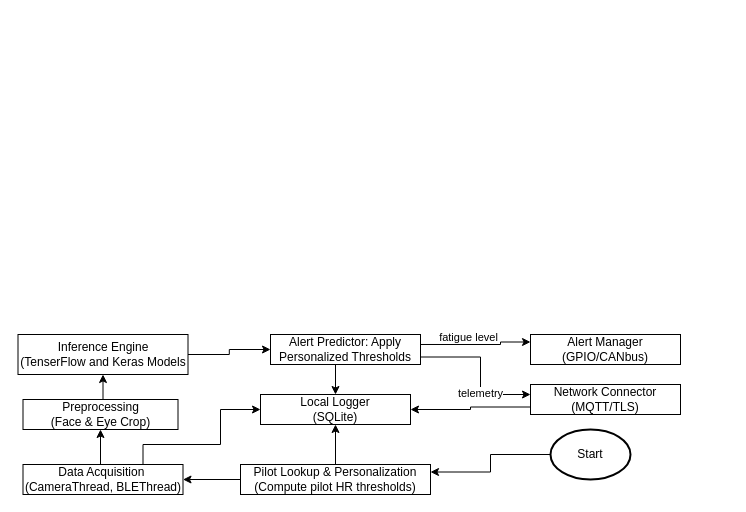
Above: docs/edge_software_design.drawio in jeremiafourie/cogniflight-edge (draw.io), before the change. Source tidied: cells renumbered, new cells numbered last; positions are measured from the earlier drawing's top-left corner, leaving out a move shared by most shapes. Both pictures are drawn from the tidied source at 100%, with x=0, y=0 at pixel (18, 334).
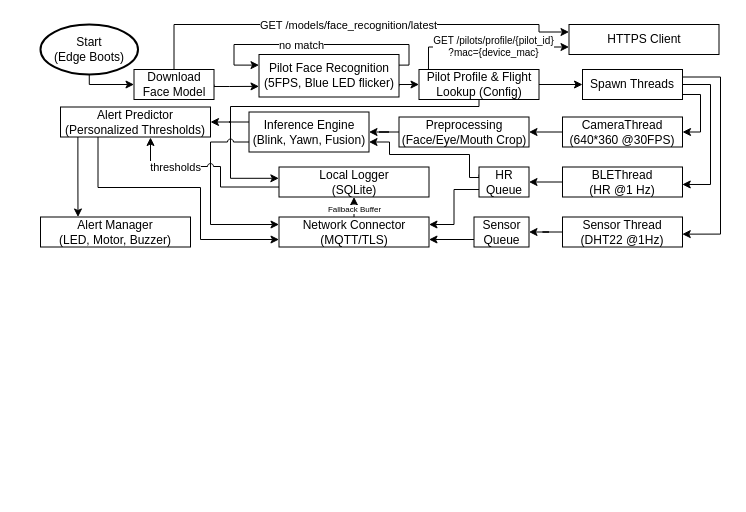
The same diagram, later.

What changed in the source:
```diff
@@
-    <mxCell id="2" style="edgeStyle=orthogonalEdgeStyle;rounded=0;jettySize=auto;html=1;exitX=0.5;exitY=0;exitDx=0;exitDy=0;entryX=0.5;entryY=1;entryDx=0;entryDy=0;" parent="1" edge="1" source="3" target="13">
-      <mxGeometry relative="1" as="geometry" />
-    </mxCell>
-    <mxCell id="3" value="Data Acquisition&amp;nbsp;&lt;div&gt;(CameraThread, BLEThread)&lt;/div&gt;" style="rounded=0;whiteSpace=wrap;html=1;" parent="1" vertex="1">
-      <mxGeometry x="4.5" y="130" width="160" height="30" as="geometry" />
-    </mxCell>
-    <mxCell id="4" style="edgeStyle=orthogonalEdgeStyle;rounded=0;jettySize=auto;html=1;entryX=0;entryY=0.25;entryDx=0;entryDy=0;exitX=1;exitY=0.333;exitDx=0;exitDy=0;exitPerimeter=0;" parent="1" edge="1" source="15" target="10">
-      <mxGeometry relative="1" as="geometry">
-        <Array as="points">
-          <mxPoint x="482" y="10" />
-          <mxPoint x="482" y="8" />
-        </Array>
-      </mxGeometry>
-    </mxCell>
-    <mxCell id="5" value="fatigue level" style="edgeLabel;html=1;align=center;verticalAlign=middle;" parent="4" vertex="1">
-      <mxGeometry x="0.52" y="-1" relative="1" as="geometry">
-        <mxPoint x="-36" y="-6" as="offset" />
-      </mxGeometry>
-    </mxCell>
-    <mxCell id="6" style="edgeStyle=orthogonalEdgeStyle;rounded=0;jettySize=auto;html=1;exitX=1;exitY=0.5;exitDx=0;exitDy=0;entryX=0;entryY=0.5;entryDx=0;entryDy=0;" parent="1" edge="1" source="7" target="15">
-      <mxGeometry relative="1" as="geometry" />
-    </mxCell>
-    <mxCell id="7" value="Inference Engine&lt;div&gt;(TenserFlow and Keras Models&lt;/div&gt;" style="rounded=0;whiteSpace=wrap;html=1;" parent="1" vertex="1">
-      <mxGeometry x="-0.5" width="170" height="40" as="geometry" />
-    </mxCell>
+    <mxCell id="24" style="edgeStyle=orthogonalEdgeStyle;rounded=0;jettySize=auto;html=1;exitX=0.5;exitY=1;exitDx=0;exitDy=0;exitPerimeter=0;entryX=0;entryY=0.5;entryDx=0;entryDy=0;" parent="1" edge="1" source="25" target="29">
+      <mxGeometry relative="1" as="geometry">
+        <Array as="points">
+          <mxPoint x="71" y="-250" />
+        </Array>
+      </mxGeometry>
+    </mxCell>
+    <mxCell id="25" value="Start&lt;div&gt;(Edge Boots)&lt;/div&gt;" style="strokeWidth=2;html=1;shape=mxgraph.flowchart.start_1;whiteSpace=wrap;" parent="1" vertex="1">
+      <mxGeometry x="22" y="-310" width="97.5" height="50" as="geometry" />
+    </mxCell>
+    <mxCell id="26" style="edgeStyle=orthogonalEdgeStyle;rounded=0;jettySize=auto;html=1;exitX=1;exitY=0.5;exitDx=0;exitDy=0;entryX=0;entryY=0.75;entryDx=0;entryDy=0;" parent="1" edge="1" source="29" target="31">
+      <mxGeometry relative="1" as="geometry">
+        <Array as="points">
+          <mxPoint x="196" y="-248" />
+          <mxPoint x="211" y="-248" />
+        </Array>
+      </mxGeometry>
+    </mxCell>
+    <mxCell id="27" style="edgeStyle=orthogonalEdgeStyle;rounded=0;jettySize=auto;html=1;exitX=0.5;exitY=0;exitDx=0;exitDy=0;entryX=0;entryY=0.25;entryDx=0;entryDy=0;" parent="1" edge="1" source="29" target="64">
+      <mxGeometry relative="1" as="geometry">
+        <Array as="points">
+          <mxPoint x="155.5" y="-310" />
+          <mxPoint x="520.5" y="-310" />
+          <mxPoint x="520.5" y="-302" />
+        </Array>
+      </mxGeometry>
+    </mxCell>
+    <mxCell id="28" value="GET /models/face_recognition/latest" style="edgeLabel;html=1;align=center;verticalAlign=middle;" parent="27" vertex="1">
+      <mxGeometry x="-0.02" relative="1" as="geometry" />
+    </mxCell>
+    <mxCell id="29" value="Download Face Model" style="rounded=0;whiteSpace=wrap;html=1;" parent="1" vertex="1">
+      <mxGeometry x="115.5" y="-265" width="80" height="30" as="geometry" />
+    </mxCell>
+    <mxCell id="30" style="edgeStyle=orthogonalEdgeStyle;rounded=0;jettySize=auto;html=1;exitX=1;exitY=0.75;exitDx=0;exitDy=0;entryX=0;entryY=0.5;entryDx=0;entryDy=0;" parent="1" edge="1" source="31" target="36">
+      <mxGeometry relative="1" as="geometry">
+        <Array as="points">
+          <mxPoint x="380.5" y="-250" />
+        </Array>
+      </mxGeometry>
+    </mxCell>
+    <mxCell id="31" value="Pilot Face Recognition&lt;div&gt;(5FPS, Blue LED flicker)&lt;/div&gt;" style="rounded=0;whiteSpace=wrap;html=1;" parent="1" vertex="1">
+      <mxGeometry x="240.5" y="-280" width="140" height="42.5" as="geometry" />
+    </mxCell>
+    <mxCell id="32" style="edgeStyle=orthogonalEdgeStyle;rounded=0;orthogonalLoop=1;jettySize=auto;html=1;exitX=1;exitY=0.25;exitDx=0;exitDy=0;entryX=0;entryY=0.25;entryDx=0;entryDy=0;" parent="1" edge="1" source="31" target="31">
+      <mxGeometry relative="1" as="geometry">
+        <Array as="points">
+          <mxPoint x="390.5" y="-269" />
+          <mxPoint x="390.5" y="-290" />
+          <mxPoint x="215.5" y="-290" />
+          <mxPoint x="215.5" y="-269" />
+        </Array>
+      </mxGeometry>
+    </mxCell>
+    <mxCell id="33" value="no match" style="edgeLabel;html=1;align=center;verticalAlign=middle;" parent="32" vertex="1">
+      <mxGeometry x="0.11" relative="1" as="geometry" />
+    </mxCell>
+    <mxCell id="34" style="edgeStyle=orthogonalEdgeStyle;rounded=0;jettySize=auto;html=1;exitX=1;exitY=0.5;exitDx=0;exitDy=0;entryX=0;entryY=0.5;entryDx=0;entryDy=0;" parent="1" edge="1" source="36" target="40">
+      <mxGeometry relative="1" as="geometry" />
+    </mxCell>
+    <mxCell id="35" style="edgeStyle=orthogonalEdgeStyle;rounded=0;jettySize=auto;html=1;exitX=0.5;exitY=1;exitDx=0;exitDy=0;entryX=-0.001;entryY=0.377;entryDx=0;entryDy=0;jumpStyle=arc;entryPerimeter=0;" parent="1" edge="1" target="18">
+      <mxGeometry relative="1" as="geometry">
+        <mxPoint x="460.5" y="-242.5" as="sourcePoint" />
+        <Array as="points">
+          <mxPoint x="461" y="-228" />
+          <mxPoint x="212" y="-228" />
+          <mxPoint x="212" y="-156" />
+        </Array>
+      </mxGeometry>
+    </mxCell>
+    <mxCell id="36" value="Pilot Profile &amp;amp; Flight Lookup (Config)" style="rounded=0;whiteSpace=wrap;html=1;" parent="1" vertex="1">
+      <mxGeometry x="400.5" y="-265" width="120" height="30" as="geometry" />
+    </mxCell>
+    <mxCell id="37" style="edgeStyle=orthogonalEdgeStyle;rounded=0;jettySize=auto;html=1;exitX=1;exitY=0.25;exitDx=0;exitDy=0;entryX=0.998;entryY=0.571;entryDx=0;entryDy=0;entryPerimeter=0;" parent="1" edge="1" source="40" target="46">
+      <mxGeometry relative="1" as="geometry">
+        <Array as="points">
+          <mxPoint x="702" y="-257" />
+          <mxPoint x="702" y="-100" />
+          <mxPoint x="664" y="-100" />
+        </Array>
+      </mxGeometry>
+    </mxCell>
+    <mxCell id="38" style="edgeStyle=orthogonalEdgeStyle;rounded=0;jettySize=auto;html=1;exitX=1;exitY=0.5;exitDx=0;exitDy=0;entryX=0.998;entryY=0.582;entryDx=0;entryDy=0;entryPerimeter=0;" parent="1" edge="1" source="40" target="44">
+      <mxGeometry relative="1" as="geometry">
+        <Array as="points">
+          <mxPoint x="692" y="-250" />
+          <mxPoint x="692" y="-150" />
+        </Array>
+      </mxGeometry>
+    </mxCell>
+    <mxCell id="39" style="edgeStyle=orthogonalEdgeStyle;rounded=0;jettySize=auto;html=1;exitX=1.002;exitY=0.833;exitDx=0;exitDy=0;entryX=1;entryY=0.5;entryDx=0;entryDy=0;exitPerimeter=0;" parent="1" edge="1" source="40" target="42">
+      <mxGeometry relative="1" as="geometry">
+        <Array as="points">
+          <mxPoint x="682" y="-240" />
+          <mxPoint x="682" y="-202" />
+        </Array>
+      </mxGeometry>
+    </mxCell>
+    <mxCell id="40" value="Spawn Threads" style="rounded=0;whiteSpace=wrap;html=1;" parent="1" vertex="1">
+      <mxGeometry x="564" y="-265" width="100" height="30" as="geometry" />
+    </mxCell>
+    <mxCell id="41" style="edgeStyle=orthogonalEdgeStyle;rounded=0;jettySize=auto;html=1;exitX=0;exitY=0.5;exitDx=0;exitDy=0;entryX=1;entryY=0.5;entryDx=0;entryDy=0;" parent="1" edge="1" source="42" target="48">
+      <mxGeometry relative="1" as="geometry" />
+    </mxCell>
+    <mxCell id="42" value="CameraThread&lt;div&gt;(640*360 @30FPS)&lt;/div&gt;" style="rounded=0;whiteSpace=wrap;html=1;" parent="1" vertex="1">
+      <mxGeometry x="544" y="-217.5" width="120" height="30" as="geometry" />
+    </mxCell>
+    <mxCell id="43" style="edgeStyle=orthogonalEdgeStyle;rounded=0;jettySize=auto;html=1;exitX=0;exitY=0.5;exitDx=0;exitDy=0;entryX=1;entryY=0.5;entryDx=0;entryDy=0;" parent="1" edge="1" source="44" target="61">
+      <mxGeometry relative="1" as="geometry" />
+    </mxCell>
+    <mxCell id="44" value="BLEThread&lt;div&gt;(HR @1 Hz)&lt;/div&gt;" style="rounded=0;whiteSpace=wrap;html=1;" parent="1" vertex="1">
+      <mxGeometry x="544" y="-167.5" width="120" height="30" as="geometry" />
+    </mxCell>
+    <mxCell id="45" style="edgeStyle=orthogonalEdgeStyle;rounded=0;jettySize=auto;html=1;exitX=0;exitY=0.5;exitDx=0;exitDy=0;" parent="1" edge="1" source="46" target="63">
+      <mxGeometry relative="1" as="geometry" />
+    </mxCell>
+    <mxCell id="46" value="Sensor Thread&lt;div&gt;(DHT22 @1Hz)&lt;/div&gt;" style="rounded=0;whiteSpace=wrap;html=1;" parent="1" vertex="1">
+      <mxGeometry x="544" y="-117.5" width="120" height="30" as="geometry" />
+    </mxCell>
+    <mxCell id="47" style="edgeStyle=orthogonalEdgeStyle;rounded=0;jettySize=auto;html=1;exitX=0;exitY=0.5;exitDx=0;exitDy=0;" parent="1" edge="1" source="48" target="51">
+      <mxGeometry relative="1" as="geometry" />
+    </mxCell>
+    <mxCell id="48" value="Preprocessing&lt;div&gt;(Face/Eye/Mouth Crop)&lt;/div&gt;" style="rounded=0;whiteSpace=wrap;html=1;" parent="1" vertex="1">
+      <mxGeometry x="380.5" y="-217.5" width="130" height="30" as="geometry" />
+    </mxCell>
+    <mxCell id="49" style="edgeStyle=orthogonalEdgeStyle;rounded=0;jettySize=auto;html=1;exitX=0;exitY=0.25;exitDx=0;exitDy=0;jumpStyle=arc;" parent="1" edge="1" source="51" target="54">
+      <mxGeometry relative="1" as="geometry" />
+    </mxCell>
+    <mxCell id="50" style="edgeStyle=orthogonalEdgeStyle;rounded=0;jettySize=auto;html=1;exitX=0;exitY=0.75;exitDx=0;exitDy=0;entryX=0;entryY=0.25;entryDx=0;entryDy=0;jumpStyle=arc;" parent="1" edge="1" source="51" target="9">
+      <mxGeometry relative="1" as="geometry">
+        <Array as="points">
+          <mxPoint x="192" y="-193" />
+          <mxPoint x="192" y="-110" />
+        </Array>
+      </mxGeometry>
+    </mxCell>
+    <mxCell id="51" value="Inference Engine&lt;div&gt;(Blink, Yawn, Fusion)&lt;/div&gt;" style="rounded=0;whiteSpace=wrap;html=1;" parent="1" vertex="1">
+      <mxGeometry x="230.5" y="-222.5" width="120" height="40" as="geometry" />
+    </mxCell>
+    <mxCell id="52" style="edgeStyle=orthogonalEdgeStyle;rounded=0;jettySize=auto;html=1;exitX=0.25;exitY=1;exitDx=0;exitDy=0;entryX=0;entryY=0.75;entryDx=0;entryDy=0;" parent="1" edge="1" source="54" target="9">
+      <mxGeometry relative="1" as="geometry">
+        <Array as="points">
+          <mxPoint x="80" y="-147" />
+          <mxPoint x="182" y="-147" />
+          <mxPoint x="182" y="-95" />
+        </Array>
+      </mxGeometry>
+    </mxCell>
+    <mxCell id="53" style="edgeStyle=orthogonalEdgeStyle;rounded=0;jettySize=auto;html=1;exitX=0.116;exitY=0.981;exitDx=0;exitDy=0;entryX=0.25;entryY=0;entryDx=0;entryDy=0;exitPerimeter=0;" parent="1" edge="1" source="54" target="56">
+      <mxGeometry relative="1" as="geometry" />
+    </mxCell>
+    <mxCell id="54" value="Alert Predictor&lt;div&gt;(Personalized Thresholds)&lt;/div&gt;" style="rounded=0;whiteSpace=wrap;html=1;" parent="1" vertex="1">
+      <mxGeometry x="42" y="-227.5" width="150" height="30" as="geometry" />
+    </mxCell>
-    <mxCell id="8" style="edgeStyle=orthogonalEdgeStyle;rounded=0;jettySize=auto;html=1;exitX=0;exitY=0.75;exitDx=0;exitDy=0;entryX=1;entryY=0.5;entryDx=0;entryDy=0;" parent="1" edge="1" source="9" target="18">
+    <mxCell id="8" style="edgeStyle=orthogonalEdgeStyle;rounded=0;jettySize=auto;html=1;exitX=0.5;exitY=0;exitDx=0;exitDy=0;entryX=0.5;entryY=1;entryDx=0;entryDy=0;" parent="1" edge="1" source="9" target="18">
       <mxGeometry relative="1" as="geometry" />
     </mxCell>
+    <mxCell id="55" value="Fallback Buffer" style="edgeLabel;html=1;align=center;verticalAlign=middle;fontSize=8;" parent="8" vertex="1">
+      <mxGeometry x="-0.25" relative="1" as="geometry" />
+    </mxCell>
     <mxCell id="9" value="Network Connector&lt;div&gt;(MQTT/TLS)&lt;/div&gt;" style="rounded=0;whiteSpace=wrap;html=1;" parent="1" vertex="1">
-      <mxGeometry x="512" y="50" width="150" height="30" as="geometry" />
+      <mxGeometry x="260.5" y="-117.5" width="150" height="30" as="geometry" />
     </mxCell>
-    <mxCell id="10" value="Alert Manager&lt;div&gt;(GPIO/CANbus)&lt;/div&gt;" style="rounded=0;whiteSpace=wrap;html=1;" parent="1" vertex="1">
-      <mxGeometry x="512" width="150" height="30" as="geometry" />
-    </mxCell>
-    <mxCell id="11" style="edgeStyle=orthogonalEdgeStyle;rounded=0;jettySize=auto;html=1;exitX=0.5;exitY=0;exitDx=0;exitDy=0;entryX=0.5;entryY=1;entryDx=0;entryDy=0;" parent="1" edge="1" source="13" target="7">
-      <mxGeometry relative="1" as="geometry" />
-    </mxCell>
-    <mxCell id="12" style="edgeStyle=orthogonalEdgeStyle;rounded=0;jettySize=auto;html=1;exitX=0.75;exitY=0;exitDx=0;exitDy=0;entryX=0;entryY=0.5;entryDx=0;entryDy=0;" parent="1" edge="1" source="3" target="18">
-      <mxGeometry relative="1" as="geometry">
-        <Array as="points">
-          <mxPoint x="125" y="110" />
-          <mxPoint x="202" y="110" />
-          <mxPoint x="202" y="75" />
-        </Array>
-      </mxGeometry>
-    </mxCell>
-    <mxCell id="13" value="Preprocessing&lt;div&gt;(Face &amp;amp; Eye Crop)&lt;/div&gt;" style="rounded=0;whiteSpace=wrap;html=1;" parent="1" vertex="1">
-      <mxGeometry x="4.5" y="65" width="155" height="30" as="geometry" />
-    </mxCell>
-    <mxCell id="14" style="edgeStyle=orthogonalEdgeStyle;rounded=0;jettySize=auto;html=1;exitX=0.5;exitY=1;exitDx=0;exitDy=0;entryX=0.5;entryY=0;entryDx=0;entryDy=0;" parent="1" edge="1" source="15" target="18">
-      <mxGeometry relative="1" as="geometry" />
-    </mxCell>
-    <mxCell id="15" value="Alert Predictor: Apply Personalized Thresholds" style="rounded=0;whiteSpace=wrap;html=1;" parent="1" vertex="1">
-      <mxGeometry x="252" width="150" height="30" as="geometry" />
-    </mxCell>
-    <mxCell id="16" style="edgeStyle=orthogonalEdgeStyle;rounded=0;jettySize=auto;html=1;exitX=1;exitY=0.75;exitDx=0;exitDy=0;" parent="1" edge="1" source="15">
-      <mxGeometry relative="1" as="geometry">
-        <mxPoint x="512" y="60" as="targetPoint" />
-        <Array as="points">
-          <mxPoint x="462" y="23" />
-          <mxPoint x="462" y="60" />
-          <mxPoint x="512" y="60" />
-        </Array>
-      </mxGeometry>
-    </mxCell>
-    <mxCell id="17" value="telemetry" style="edgeLabel;html=1;align=center;verticalAlign=middle;" parent="16" vertex="1">
-      <mxGeometry x="0.15" y="-1" relative="1" as="geometry">
-        <mxPoint y="11" as="offset" />
-      </mxGeometry>
-    </mxCell>
+    <mxCell id="56" value="Alert Manager&lt;div&gt;(LED, Motor, Buzzer)&lt;/div&gt;" style="rounded=0;whiteSpace=wrap;html=1;" parent="1" vertex="1">
+      <mxGeometry x="22" y="-117.5" width="150" height="30" as="geometry" />
+    </mxCell>
+    <mxCell id="57" style="edgeStyle=orthogonalEdgeStyle;rounded=0;jettySize=auto;html=1;exitX=0;exitY=0.668;exitDx=0;exitDy=0;exitPerimeter=0;jumpStyle=arc;" parent="1" edge="1" source="18">
+      <mxGeometry relative="1" as="geometry">
+        <mxPoint x="132" y="-197" as="targetPoint" />
+        <Array as="points">
+          <mxPoint x="202" y="-148" />
+          <mxPoint x="202" y="-168" />
+          <mxPoint x="132" y="-168" />
+        </Array>
+      </mxGeometry>
+    </mxCell>
+    <mxCell id="58" value="thresholds" style="edgeLabel;html=1;align=center;verticalAlign=middle;" parent="57" vertex="1">
+      <mxGeometry x="0.41" relative="1" as="geometry" />
+    </mxCell>
     <mxCell id="18" value="Local Logger&lt;div&gt;(SQLite)&lt;/div&gt;" style="rounded=0;whiteSpace=wrap;html=1;" parent="1" vertex="1">
-      <mxGeometry x="242" y="60" width="150" height="30" as="geometry" />
+      <mxGeometry x="260.5" y="-167.5" width="150" height="30" as="geometry" />
     </mxCell>
-    <mxCell id="19" style="edgeStyle=orthogonalEdgeStyle;rounded=0;jettySize=auto;html=1;exitX=0;exitY=0.5;exitDx=0;exitDy=0;exitPerimeter=0;entryX=1;entryY=0.25;entryDx=0;entryDy=0;" parent="1" edge="1" source="20" target="23">
-      <mxGeometry relative="1" as="geometry" />
-    </mxCell>
-    <mxCell id="20" value="Start" style="strokeWidth=2;html=1;shape=mxgraph.flowchart.start_1;whiteSpace=wrap;" parent="1" vertex="1">
-      <mxGeometry x="532" y="95" width="80" height="50" as="geometry" />
-    </mxCell>
-    <mxCell id="21" style="edgeStyle=orthogonalEdgeStyle;rounded=0;jettySize=auto;html=1;exitX=0;exitY=0.5;exitDx=0;exitDy=0;" parent="1" edge="1" source="23" target="3">
-      <mxGeometry relative="1" as="geometry" />
-    </mxCell>
-    <mxCell id="22" style="edgeStyle=orthogonalEdgeStyle;rounded=0;jettySize=auto;html=1;exitX=0.5;exitY=0;exitDx=0;exitDy=0;entryX=0.5;entryY=1;entryDx=0;entryDy=0;" parent="1" edge="1" source="23" target="18">
-      <mxGeometry relative="1" as="geometry" />
-    </mxCell>
-    <mxCell id="23" value="Pilot Lookup &amp;amp; Personalization&lt;div&gt;(Compute pilot HR thresholds)&lt;/div&gt;" style="rounded=0;whiteSpace=wrap;html=1;" parent="1" vertex="1">
-      <mxGeometry x="222" y="130" width="190" height="30" as="geometry" />
-    </mxCell>
+    <mxCell id="59" style="edgeStyle=orthogonalEdgeStyle;rounded=0;jettySize=auto;html=1;exitX=0;exitY=0.25;exitDx=0;exitDy=0;entryX=1;entryY=0.75;entryDx=0;entryDy=0;" parent="1" edge="1" source="61" target="51">
+      <mxGeometry relative="1" as="geometry">
+        <Array as="points">
+          <mxPoint x="461" y="-157" />
+          <mxPoint x="451" y="-157" />
+          <mxPoint x="451" y="-180" />
+          <mxPoint x="371" y="-180" />
+          <mxPoint x="371" y="-192" />
+        </Array>
+      </mxGeometry>
+    </mxCell>
+    <mxCell id="60" style="edgeStyle=orthogonalEdgeStyle;rounded=0;jettySize=auto;html=1;exitX=0;exitY=0.75;exitDx=0;exitDy=0;entryX=1;entryY=0.25;entryDx=0;entryDy=0;" parent="1" edge="1" source="61" target="9">
+      <mxGeometry relative="1" as="geometry" />
+    </mxCell>
+    <mxCell id="61" value="HR Queue" style="rounded=0;whiteSpace=wrap;html=1;" parent="1" vertex="1">
+      <mxGeometry x="460.5" y="-167.5" width="50" height="30" as="geometry" />
+    </mxCell>
+    <mxCell id="62" style="edgeStyle=orthogonalEdgeStyle;rounded=0;jettySize=auto;html=1;exitX=0;exitY=0.75;exitDx=0;exitDy=0;entryX=1;entryY=0.75;entryDx=0;entryDy=0;" parent="1" edge="1" source="63" target="9">
+      <mxGeometry relative="1" as="geometry" />
+    </mxCell>
+    <mxCell id="63" value="Sensor Queue" style="rounded=0;whiteSpace=wrap;html=1;" parent="1" vertex="1">
+      <mxGeometry x="455.5" y="-117.5" width="55" height="30" as="geometry" />
+    </mxCell>
+    <mxCell id="64" value="HTTPS Client" style="rounded=0;whiteSpace=wrap;html=1;" parent="1" vertex="1">
+      <mxGeometry x="550.5" y="-310" width="150" height="30" as="geometry" />
+    </mxCell>
+    <mxCell id="65" style="edgeStyle=orthogonalEdgeStyle;rounded=0;jettySize=auto;html=1;exitX=0;exitY=0.75;exitDx=0;exitDy=0;entryX=0.079;entryY=-0.008;entryDx=0;entryDy=0;entryPerimeter=0;endArrow=none;startFill=1;startArrow=classic;" parent="1" edge="1" source="64" target="36">
+      <mxGeometry relative="1" as="geometry">
+        <Array as="points">
+          <mxPoint x="410" y="-287" />
+        </Array>
+      </mxGeometry>
+    </mxCell>
+    <mxCell id="66" value="GET /pilots/profile/{pilot_id}&lt;div&gt;?mac={device_mac}&lt;/div&gt;" style="edgeLabel;html=1;align=center;verticalAlign=middle;fontSize=10;" parent="65" vertex="1">
+      <mxGeometry x="0.16" y="-1" relative="1" as="geometry">
+        <mxPoint x="18" as="offset" />
+      </mxGeometry>
+    </mxCell>
```
